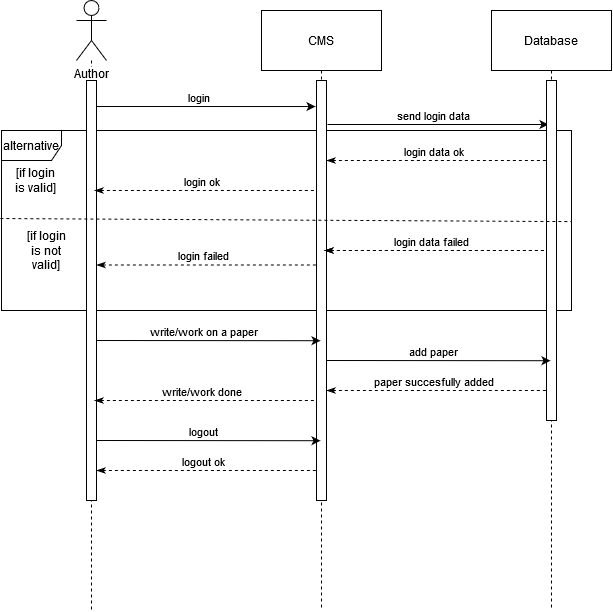
Before: Sequence diagrams/Author sequence diagram.png, a diagram exported from draw.io (DobosP/stackoverflow). Source tidied: cells renumbered, new cells last; positions are measured from the earlier drawing's top-left corner, leaving out a move shared by most shapes. Source of this version:
```xml
<mxGraphModel background="#ffffff">
  <root>
    <mxCell id="0" />
    <mxCell id="1" parent="0" />
    <mxCell id="2" style="edgeStyle=orthogonalEdgeStyle;rounded=0;jettySize=auto;html=1;dashed=1;endArrow=none;endFill=0;" parent="1" edge="1" source="3">
      <mxGeometry relative="1" as="geometry">
        <mxPoint x="90" y="610" as="targetPoint" />
      </mxGeometry>
    </mxCell>
    <mxCell id="3" value="Author" style="shape=umlActor;verticalLabelPosition=bottom;labelBackgroundColor=#ffffff;verticalAlign=top;html=1;outlineConnect=0;" parent="1" vertex="1">
      <mxGeometry x="75" width="30" height="60" as="geometry" />
    </mxCell>
    <mxCell id="4" style="edgeStyle=orthogonalEdgeStyle;rounded=0;jettySize=auto;html=1;endArrow=none;endFill=0;dashed=1;" parent="1" edge="1" source="5">
      <mxGeometry relative="1" as="geometry">
        <mxPoint x="320" y="610" as="targetPoint" />
      </mxGeometry>
    </mxCell>
    <mxCell id="5" value="CMS" style="rounded=0;whiteSpace=wrap;html=1;" parent="1" vertex="1">
      <mxGeometry x="260" y="10" width="120" height="60" as="geometry" />
    </mxCell>
    <mxCell id="6" style="edgeStyle=orthogonalEdgeStyle;rounded=0;jettySize=auto;html=1;dashed=1;endArrow=none;endFill=0;" parent="1" edge="1" source="7">
      <mxGeometry relative="1" as="geometry">
        <mxPoint x="550" y="610" as="targetPoint" />
      </mxGeometry>
    </mxCell>
    <mxCell id="7" value="Database" style="rounded=0;whiteSpace=wrap;html=1;" parent="1" vertex="1">
      <mxGeometry x="490" y="10" width="120" height="60" as="geometry" />
    </mxCell>
    <mxCell id="8" style="endArrow=classic;html=1;entryX=-0.1;entryY=0.062;entryDx=0;entryDy=0;entryPerimeter=0;" parent="1" edge="1" target="14">
      <mxGeometry relative="1" as="geometry">
        <mxPoint x="90" y="106" as="sourcePoint" />
      </mxGeometry>
    </mxCell>
    <mxCell id="9" value="login" style="edgeLabel;html=1;align=center;verticalAlign=middle;" parent="8" vertex="1">
      <mxGeometry x="0.11" relative="1" as="geometry">
        <mxPoint x="-18" y="-10" as="offset" />
      </mxGeometry>
    </mxCell>
    <mxCell id="10" style="endArrow=classic;html=1;" parent="1" edge="1">
      <mxGeometry relative="1" as="geometry">
        <mxPoint x="326" y="124" as="sourcePoint" />
        <mxPoint x="547" y="124" as="targetPoint" />
      </mxGeometry>
    </mxCell>
    <mxCell id="11" value="send login data" style="edgeLabel;html=1;align=center;verticalAlign=middle;" parent="10" vertex="1">
      <mxGeometry x="0.11" relative="1" as="geometry">
        <mxPoint x="-18" y="-10" as="offset" />
      </mxGeometry>
    </mxCell>
    <mxCell id="12" value="alternative" style="shape=umlFrame;whiteSpace=wrap;html=1;" parent="1" vertex="1">
      <mxGeometry y="130" width="570" height="180" as="geometry" />
    </mxCell>
    <mxCell id="13" style="html=1;perimeter=orthogonalPerimeter;rounded=0;shadow=0;comic=0;labelBackgroundColor=none;strokeWidth=1;fontFamily=Verdana;fontSize=12;align=center;" parent="1" vertex="1">
      <mxGeometry x="85" y="80" width="10" height="420" as="geometry" />
    </mxCell>
    <mxCell id="14" style="html=1;points=[];perimeter=orthogonalPerimeter;rounded=0;shadow=0;comic=0;labelBackgroundColor=none;strokeWidth=1;fontFamily=Verdana;fontSize=12;align=center;" parent="1" vertex="1">
      <mxGeometry x="315" y="80" width="10" height="420" as="geometry" />
    </mxCell>
    <mxCell id="15" style="html=1;perimeter=orthogonalPerimeter;rounded=0;shadow=0;comic=0;labelBackgroundColor=none;strokeWidth=1;fontFamily=Verdana;fontSize=12;align=center;" parent="1" vertex="1">
      <mxGeometry x="545" y="80" width="10" height="340" as="geometry" />
    </mxCell>
    <mxCell id="16" style="endArrow=none;html=1;exitX=-0.002;exitY=0.489;exitDx=0;exitDy=0;exitPerimeter=0;dashed=1;entryX=1;entryY=0.506;entryDx=0;entryDy=0;entryPerimeter=0;" parent="1" edge="1" source="12" target="12">
      <mxGeometry relative="1" as="geometry" />
    </mxCell>
    <mxCell id="17" style="endArrow=none;html=1;entryX=0.2;entryY=0.103;entryDx=0;entryDy=0;entryPerimeter=0;exitX=1;exitY=0.103;exitDx=0;exitDy=0;exitPerimeter=0;startArrow=classicThin;startFill=1;endFill=0;dashed=1;" parent="1" edge="1">
      <mxGeometry relative="1" as="geometry">
        <mxPoint x="325" y="160" as="sourcePoint" />
        <mxPoint x="547" y="160" as="targetPoint" />
      </mxGeometry>
    </mxCell>
    <mxCell id="18" value="login data ok" style="edgeLabel;html=1;align=center;verticalAlign=middle;" parent="17" vertex="1">
      <mxGeometry x="0.11" relative="1" as="geometry">
        <mxPoint x="-18" y="-10" as="offset" />
      </mxGeometry>
    </mxCell>
    <mxCell id="19" style="endArrow=none;html=1;entryX=0.2;entryY=0.103;entryDx=0;entryDy=0;entryPerimeter=0;exitX=1;exitY=0.103;exitDx=0;exitDy=0;exitPerimeter=0;startArrow=classicThin;startFill=1;endFill=0;dashed=1;" parent="1" edge="1">
      <mxGeometry relative="1" as="geometry">
        <mxPoint x="93" y="190" as="sourcePoint" />
        <mxPoint x="315" y="190" as="targetPoint" />
      </mxGeometry>
    </mxCell>
    <mxCell id="20" value="login ok" style="edgeLabel;html=1;align=center;verticalAlign=middle;" parent="19" vertex="1">
      <mxGeometry x="0.11" relative="1" as="geometry">
        <mxPoint x="-18" y="-10" as="offset" />
      </mxGeometry>
    </mxCell>
    <mxCell id="21" style="endArrow=none;html=1;entryX=0.2;entryY=0.103;entryDx=0;entryDy=0;entryPerimeter=0;exitX=1;exitY=0.103;exitDx=0;exitDy=0;exitPerimeter=0;startArrow=classicThin;startFill=1;endFill=0;dashed=1;" parent="1" edge="1">
      <mxGeometry relative="1" as="geometry">
        <mxPoint x="323" y="250" as="sourcePoint" />
        <mxPoint x="545" y="250" as="targetPoint" />
      </mxGeometry>
    </mxCell>
    <mxCell id="22" value="login data failed" style="edgeLabel;html=1;align=center;verticalAlign=middle;" parent="21" vertex="1">
      <mxGeometry x="0.11" relative="1" as="geometry">
        <mxPoint x="-18" y="-10" as="offset" />
      </mxGeometry>
    </mxCell>
    <mxCell id="23" style="endArrow=none;html=1;entryX=0.2;entryY=0.103;entryDx=0;entryDy=0;entryPerimeter=0;exitX=1;exitY=0.103;exitDx=0;exitDy=0;exitPerimeter=0;startArrow=classicThin;startFill=1;endFill=0;dashed=1;" parent="1" edge="1">
      <mxGeometry relative="1" as="geometry">
        <mxPoint x="323" y="250" as="sourcePoint" />
        <mxPoint x="545" y="250" as="targetPoint" />
      </mxGeometry>
    </mxCell>
    <mxCell id="24" value="login data failed" style="edgeLabel;html=1;align=center;verticalAlign=middle;" parent="23" vertex="1">
      <mxGeometry x="0.11" relative="1" as="geometry">
        <mxPoint x="-18" y="-10" as="offset" />
      </mxGeometry>
    </mxCell>
    <mxCell id="25" style="endArrow=none;html=1;entryX=0.2;entryY=0.103;entryDx=0;entryDy=0;entryPerimeter=0;exitX=1;exitY=0.103;exitDx=0;exitDy=0;exitPerimeter=0;startArrow=classicThin;startFill=1;endFill=0;dashed=1;" parent="1" edge="1">
      <mxGeometry relative="1" as="geometry">
        <mxPoint x="95" y="264.5" as="sourcePoint" />
        <mxPoint x="317" y="264.5" as="targetPoint" />
      </mxGeometry>
    </mxCell>
    <mxCell id="26" value="login failed" style="edgeLabel;html=1;align=center;verticalAlign=middle;" parent="25" vertex="1">
      <mxGeometry x="0.11" relative="1" as="geometry">
        <mxPoint x="-18" y="-10" as="offset" />
      </mxGeometry>
    </mxCell>
    <mxCell id="27" value="&lt;div&gt;[if login&lt;/div&gt;&lt;div&gt;is valid]&lt;br&gt;&lt;/div&gt;" style="text;html=1;strokeColor=none;fillColor=none;align=center;verticalAlign=middle;whiteSpace=wrap;rounded=0;" parent="1" vertex="1">
      <mxGeometry x="10" y="170" width="50" height="20" as="geometry" />
    </mxCell>
    <mxCell id="28" value="&lt;div&gt;[if login&lt;/div&gt;&lt;div&gt;is not valid]&lt;br&gt;&lt;/div&gt;" style="text;html=1;strokeColor=none;fillColor=none;align=center;verticalAlign=middle;whiteSpace=wrap;rounded=0;" parent="1" vertex="1">
      <mxGeometry x="20" y="240" width="50" height="20" as="geometry" />
    </mxCell>
    <mxCell id="29" style="endArrow=classic;html=1;entryX=0.5;entryY=0.054;entryDx=0;entryDy=0;entryPerimeter=0;" parent="1" edge="1">
      <mxGeometry relative="1" as="geometry">
        <mxPoint x="95" y="340" as="sourcePoint" />
        <mxPoint x="319" y="340.2" as="targetPoint" />
      </mxGeometry>
    </mxCell>
    <mxCell id="30" value="write/work on a paper" style="edgeLabel;html=1;align=center;verticalAlign=middle;" parent="29" vertex="1">
      <mxGeometry x="0.11" relative="1" as="geometry">
        <mxPoint x="-18" y="-10" as="offset" />
      </mxGeometry>
    </mxCell>
    <mxCell id="31" style="endArrow=classic;html=1;entryX=0.5;entryY=0.054;entryDx=0;entryDy=0;entryPerimeter=0;" parent="1" edge="1">
      <mxGeometry relative="1" as="geometry">
        <mxPoint x="325" y="360" as="sourcePoint" />
        <mxPoint x="549" y="360.2" as="targetPoint" />
      </mxGeometry>
    </mxCell>
    <mxCell id="32" value="add paper" style="edgeLabel;html=1;align=center;verticalAlign=middle;" parent="31" vertex="1">
      <mxGeometry x="0.11" relative="1" as="geometry">
        <mxPoint x="-18" y="-10" as="offset" />
      </mxGeometry>
    </mxCell>
    <mxCell id="33" style="endArrow=classic;html=1;entryX=0.5;entryY=0.054;entryDx=0;entryDy=0;entryPerimeter=0;" parent="1" edge="1">
      <mxGeometry relative="1" as="geometry">
        <mxPoint x="95" y="440" as="sourcePoint" />
        <mxPoint x="319" y="440.2" as="targetPoint" />
      </mxGeometry>
    </mxCell>
    <mxCell id="34" value="logout" style="edgeLabel;html=1;align=center;verticalAlign=middle;" parent="33" vertex="1">
      <mxGeometry x="0.11" relative="1" as="geometry">
        <mxPoint x="-18" y="-10" as="offset" />
      </mxGeometry>
    </mxCell>
    <mxCell id="35" style="endArrow=none;html=1;entryX=0.2;entryY=0.103;entryDx=0;entryDy=0;entryPerimeter=0;exitX=1;exitY=0.103;exitDx=0;exitDy=0;exitPerimeter=0;startArrow=classicThin;startFill=1;endFill=0;dashed=1;" parent="1" edge="1">
      <mxGeometry relative="1" as="geometry">
        <mxPoint x="325" y="390" as="sourcePoint" />
        <mxPoint x="547" y="390" as="targetPoint" />
      </mxGeometry>
    </mxCell>
    <mxCell id="36" value="paper succesfully added" style="edgeLabel;html=1;align=center;verticalAlign=middle;" parent="35" vertex="1">
      <mxGeometry x="0.11" relative="1" as="geometry">
        <mxPoint x="-18" y="-10" as="offset" />
      </mxGeometry>
    </mxCell>
    <mxCell id="37" style="endArrow=none;html=1;entryX=0.2;entryY=0.103;entryDx=0;entryDy=0;entryPerimeter=0;exitX=1;exitY=0.103;exitDx=0;exitDy=0;exitPerimeter=0;startArrow=classicThin;startFill=1;endFill=0;dashed=1;" parent="1" edge="1">
      <mxGeometry relative="1" as="geometry">
        <mxPoint x="93" y="400" as="sourcePoint" />
        <mxPoint x="315" y="400" as="targetPoint" />
      </mxGeometry>
    </mxCell>
    <mxCell id="38" value="write/work done" style="edgeLabel;html=1;align=center;verticalAlign=middle;" parent="37" vertex="1">
      <mxGeometry x="0.11" relative="1" as="geometry">
        <mxPoint x="-18" y="-10" as="offset" />
      </mxGeometry>
    </mxCell>
    <mxCell id="39" style="endArrow=none;html=1;entryX=0.2;entryY=0.103;entryDx=0;entryDy=0;entryPerimeter=0;exitX=1;exitY=0.103;exitDx=0;exitDy=0;exitPerimeter=0;startArrow=classicThin;startFill=1;endFill=0;dashed=1;" parent="1" edge="1">
      <mxGeometry relative="1" as="geometry">
        <mxPoint x="95" y="470" as="sourcePoint" />
        <mxPoint x="317" y="470" as="targetPoint" />
      </mxGeometry>
    </mxCell>
    <mxCell id="40" value="logout ok" style="edgeLabel;html=1;align=center;verticalAlign=middle;" parent="39" vertex="1">
      <mxGeometry x="0.11" relative="1" as="geometry">
        <mxPoint x="-18" y="-10" as="offset" />
      </mxGeometry>
    </mxCell>
  </root>
</mxGraphModel>
```
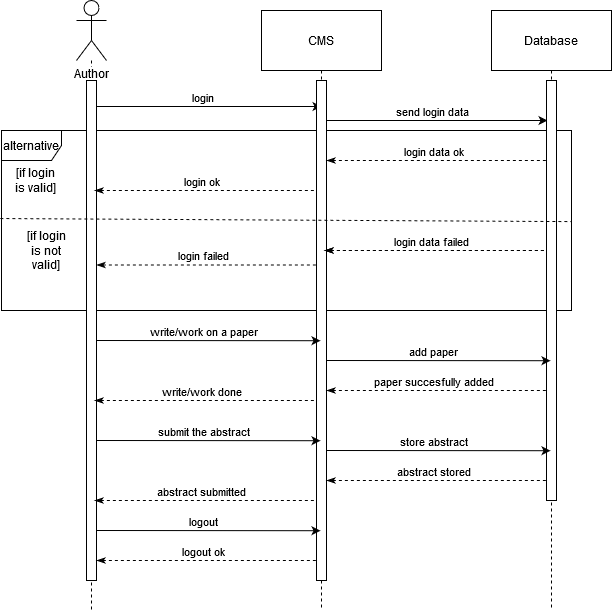
After the change.

Change to the diagram source:
```diff
@@ -26,7 +26,7 @@
     <mxCell id="7" value="Database" style="rounded=0;whiteSpace=wrap;html=1;" parent="1" vertex="1">
       <mxGeometry x="490" y="10" width="120" height="60" as="geometry" />
     </mxCell>
-    <mxCell id="8" style="endArrow=classic;html=1;entryX=-0.1;entryY=0.062;entryDx=0;entryDy=0;entryPerimeter=0;" parent="1" edge="1" target="14">
+    <mxCell id="8" style="endArrow=classic;html=1;entryX=0.5;entryY=0.052;entryDx=0;entryDy=0;entryPerimeter=0;" parent="1" edge="1" target="14">
       <mxGeometry relative="1" as="geometry">
         <mxPoint x="90" y="106" as="sourcePoint" />
       </mxGeometry>
@@ -38,8 +38,8 @@
     </mxCell>
     <mxCell id="10" style="endArrow=classic;html=1;" parent="1" edge="1">
       <mxGeometry relative="1" as="geometry">
-        <mxPoint x="326" y="124" as="sourcePoint" />
-        <mxPoint x="547" y="124" as="targetPoint" />
+        <mxPoint x="325" y="120" as="sourcePoint" />
+        <mxPoint x="546" y="120" as="targetPoint" />
       </mxGeometry>
     </mxCell>
     <mxCell id="11" value="send login data" style="edgeLabel;html=1;align=center;verticalAlign=middle;" parent="10" vertex="1">
@@ -51,13 +51,13 @@
       <mxGeometry y="130" width="570" height="180" as="geometry" />
     </mxCell>
     <mxCell id="13" style="html=1;perimeter=orthogonalPerimeter;rounded=0;shadow=0;comic=0;labelBackgroundColor=none;strokeWidth=1;fontFamily=Verdana;fontSize=12;align=center;" parent="1" vertex="1">
-      <mxGeometry x="85" y="80" width="10" height="420" as="geometry" />
+      <mxGeometry x="85" y="80" width="10" height="500" as="geometry" />
     </mxCell>
     <mxCell id="14" style="html=1;points=[];perimeter=orthogonalPerimeter;rounded=0;shadow=0;comic=0;labelBackgroundColor=none;strokeWidth=1;fontFamily=Verdana;fontSize=12;align=center;" parent="1" vertex="1">
-      <mxGeometry x="315" y="80" width="10" height="420" as="geometry" />
+      <mxGeometry x="315" y="80" width="10" height="500" as="geometry" />
     </mxCell>
     <mxCell id="15" style="html=1;perimeter=orthogonalPerimeter;rounded=0;shadow=0;comic=0;labelBackgroundColor=none;strokeWidth=1;fontFamily=Verdana;fontSize=12;align=center;" parent="1" vertex="1">
-      <mxGeometry x="545" y="80" width="10" height="340" as="geometry" />
+      <mxGeometry x="545" y="80" width="10" height="420" as="geometry" />
     </mxCell>
     <mxCell id="16" style="endArrow=none;html=1;exitX=-0.002;exitY=0.489;exitDx=0;exitDy=0;exitPerimeter=0;dashed=1;entryX=1;entryY=0.506;entryDx=0;entryDy=0;entryPerimeter=0;" parent="1" edge="1" source="12" target="12">
       <mxGeometry relative="1" as="geometry" />
@@ -147,8 +147,8 @@
     </mxCell>
     <mxCell id="33" style="endArrow=classic;html=1;entryX=0.5;entryY=0.054;entryDx=0;entryDy=0;entryPerimeter=0;" parent="1" edge="1">
       <mxGeometry relative="1" as="geometry">
-        <mxPoint x="95" y="440" as="sourcePoint" />
-        <mxPoint x="319" y="440.2" as="targetPoint" />
+        <mxPoint x="95" y="530" as="sourcePoint" />
+        <mxPoint x="319" y="530.2" as="targetPoint" />
       </mxGeometry>
     </mxCell>
     <mxCell id="34" value="logout" style="edgeLabel;html=1;align=center;verticalAlign=middle;" parent="33" vertex="1">
@@ -180,8 +180,8 @@
     </mxCell>
     <mxCell id="39" style="endArrow=none;html=1;entryX=0.2;entryY=0.103;entryDx=0;entryDy=0;entryPerimeter=0;exitX=1;exitY=0.103;exitDx=0;exitDy=0;exitPerimeter=0;startArrow=classicThin;startFill=1;endFill=0;dashed=1;" parent="1" edge="1">
       <mxGeometry relative="1" as="geometry">
-        <mxPoint x="95" y="470" as="sourcePoint" />
-        <mxPoint x="317" y="470" as="targetPoint" />
+        <mxPoint x="95" y="560" as="sourcePoint" />
+        <mxPoint x="317" y="560" as="targetPoint" />
       </mxGeometry>
     </mxCell>
     <mxCell id="40" value="logout ok" style="edgeLabel;html=1;align=center;verticalAlign=middle;" parent="39" vertex="1">
@@ -189,5 +189,49 @@
         <mxPoint x="-18" y="-10" as="offset" />
       </mxGeometry>
     </mxCell>
+    <mxCell id="41" style="endArrow=classic;html=1;entryX=0.5;entryY=0.054;entryDx=0;entryDy=0;entryPerimeter=0;" parent="1" edge="1">
+      <mxGeometry relative="1" as="geometry">
+        <mxPoint x="95" y="440" as="sourcePoint" />
+        <mxPoint x="319" y="440.2" as="targetPoint" />
+      </mxGeometry>
+    </mxCell>
+    <mxCell id="42" value="submit the abstract" style="edgeLabel;html=1;align=center;verticalAlign=middle;" parent="41" vertex="1">
+      <mxGeometry x="0.11" relative="1" as="geometry">
+        <mxPoint x="-18" y="-10" as="offset" />
+      </mxGeometry>
+    </mxCell>
+    <mxCell id="43" style="endArrow=classic;html=1;entryX=0.5;entryY=0.054;entryDx=0;entryDy=0;entryPerimeter=0;" parent="1" edge="1">
+      <mxGeometry relative="1" as="geometry">
+        <mxPoint x="325" y="450" as="sourcePoint" />
+        <mxPoint x="549" y="450.2" as="targetPoint" />
+      </mxGeometry>
+    </mxCell>
+    <mxCell id="44" value="store abstract" style="edgeLabel;html=1;align=center;verticalAlign=middle;" parent="43" vertex="1">
+      <mxGeometry x="0.11" relative="1" as="geometry">
+        <mxPoint x="-18" y="-10" as="offset" />
+      </mxGeometry>
+    </mxCell>
+    <mxCell id="45" style="endArrow=none;html=1;entryX=0.2;entryY=0.103;entryDx=0;entryDy=0;entryPerimeter=0;exitX=1;exitY=0.103;exitDx=0;exitDy=0;exitPerimeter=0;startArrow=classicThin;startFill=1;endFill=0;dashed=1;" parent="1" edge="1">
+      <mxGeometry relative="1" as="geometry">
+        <mxPoint x="325" y="480" as="sourcePoint" />
+        <mxPoint x="547" y="480" as="targetPoint" />
+      </mxGeometry>
+    </mxCell>
+    <mxCell id="46" value="abstract stored" style="edgeLabel;html=1;align=center;verticalAlign=middle;" parent="45" vertex="1">
+      <mxGeometry x="0.11" relative="1" as="geometry">
+        <mxPoint x="-18" y="-10" as="offset" />
+      </mxGeometry>
+    </mxCell>
+    <mxCell id="47" style="endArrow=none;html=1;entryX=0.2;entryY=0.103;entryDx=0;entryDy=0;entryPerimeter=0;exitX=1;exitY=0.103;exitDx=0;exitDy=0;exitPerimeter=0;startArrow=classicThin;startFill=1;endFill=0;dashed=1;" parent="1" edge="1">
+      <mxGeometry relative="1" as="geometry">
+        <mxPoint x="93" y="500" as="sourcePoint" />
+        <mxPoint x="315" y="500" as="targetPoint" />
+      </mxGeometry>
+    </mxCell>
+    <mxCell id="48" value="abstract submitted" style="edgeLabel;html=1;align=center;verticalAlign=middle;" parent="47" vertex="1">
+      <mxGeometry x="0.11" relative="1" as="geometry">
+        <mxPoint x="-18" y="-10" as="offset" />
+      </mxGeometry>
+    </mxCell>
   </root>
 </mxGraphModel>
```
